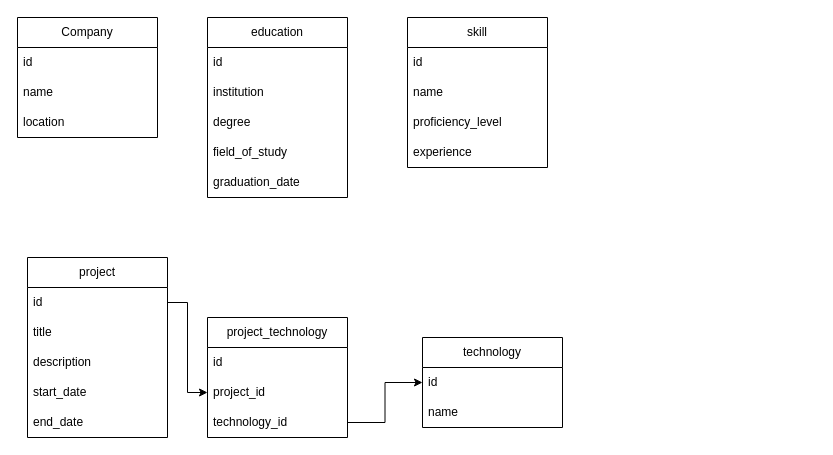
The draw.io diagram documentation/datamodel.drawio in bjras93/GraphQL.dotNET.Example, before the edit. Source tidied: cells renumbered, new cells numbered last; positions are measured from the earlier drawing's top-left corner, leaving out a move shared by most shapes. Both pictures are drawn from the tidied source at 100%, with x=0, y=0 at pixel (17, 17).
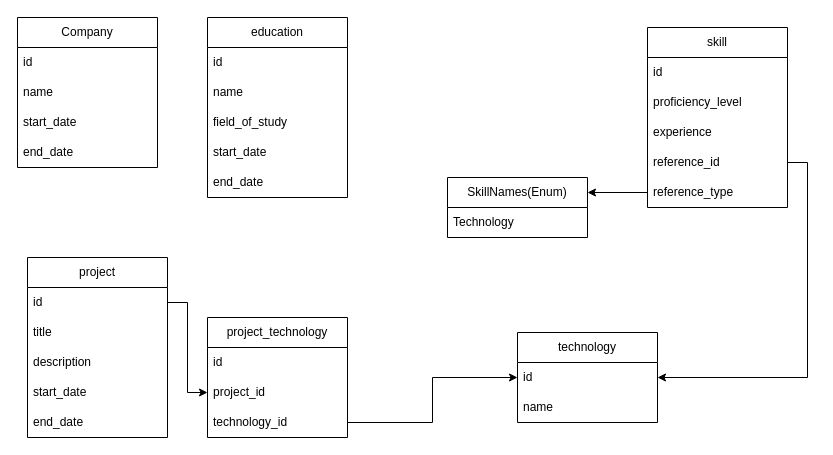
The same diagram, later.

The change refers to these unchanged cells:
```xml
<mxCell id="12" value="education" style="swimlane;fontStyle=0;horizontal=1;startSize=30;whiteSpace=wrap;html=1;" parent="1" vertex="1">
  <mxGeometry x="190" width="140" height="180" as="geometry" />
</mxCell>
<mxCell id="24" value="id" style="text;strokeColor=none;fillColor=none;align=left;verticalAlign=middle;spacingLeft=4;spacingRight=4;overflow=hidden;points=[[0,0.5],[1,0.5]];portConstraint=eastwest;whiteSpace=wrap;html=1;" parent="23" vertex="1">
  <mxGeometry y="30" width="140" height="30" as="geometry" />
</mxCell>
```

Diff of the diagram source:
```diff
@@
     <mxCell id="2" value="Company" style="swimlane;fontStyle=0;horizontal=1;startSize=30;whiteSpace=wrap;html=1;" parent="1" vertex="1">
-      <mxGeometry width="140" height="120" as="geometry" />
+      <mxGeometry width="140" height="150" as="geometry" />
     </mxCell>
@@
-    <mxCell id="5" value="location" style="text;strokeColor=none;fillColor=none;align=left;verticalAlign=middle;spacingLeft=4;spacingRight=4;overflow=hidden;whiteSpace=wrap;html=1;" parent="2" vertex="1">
+    <mxCell id="5" value="start_date" style="text;strokeColor=none;fillColor=none;align=left;verticalAlign=middle;spacingLeft=4;spacingRight=4;overflow=hidden;whiteSpace=wrap;html=1;" parent="2" vertex="1">
       <mxGeometry y="90" width="140" height="30" as="geometry" />
     </mxCell>
+    <mxCell id="32" value="end_date" style="text;strokeColor=none;fillColor=none;align=left;verticalAlign=middle;spacingLeft=4;spacingRight=4;overflow=hidden;whiteSpace=wrap;html=1;" parent="2" vertex="1">
+      <mxGeometry y="120" width="140" height="30" as="geometry" />
+    </mxCell>
@@
-    <mxCell id="14" value="institution" style="text;strokeColor=none;fillColor=none;align=left;verticalAlign=middle;spacingLeft=4;spacingRight=4;overflow=hidden;whiteSpace=wrap;html=1;" parent="12" vertex="1">
+    <mxCell id="14" value="name" style="text;strokeColor=none;fillColor=none;align=left;verticalAlign=middle;spacingLeft=4;spacingRight=4;overflow=hidden;whiteSpace=wrap;html=1;" parent="12" vertex="1">
       <mxGeometry y="60" width="140" height="30" as="geometry" />
     </mxCell>
-    <mxCell id="15" value="degree" style="text;strokeColor=none;fillColor=none;align=left;verticalAlign=middle;spacingLeft=4;spacingRight=4;overflow=hidden;whiteSpace=wrap;html=1;" parent="12" vertex="1">
-      <mxGeometry y="90" width="140" height="30" as="geometry" />
-    </mxCell>
     <mxCell id="16" value="field_of_study" style="text;strokeColor=none;fillColor=none;align=left;verticalAlign=middle;spacingLeft=4;spacingRight=4;overflow=hidden;whiteSpace=wrap;html=1;" parent="12" vertex="1">
-      <mxGeometry y="120" width="140" height="30" as="geometry" />
+      <mxGeometry y="90" width="140" height="30" as="geometry" />
     </mxCell>
-    <mxCell id="17" value="graduation_date" style="text;strokeColor=none;fillColor=none;align=left;verticalAlign=middle;spacingLeft=4;spacingRight=4;overflow=hidden;whiteSpace=wrap;html=1;" parent="12" vertex="1">
-      <mxGeometry y="150" width="140" height="30" as="geometry" />
+    <mxCell id="17" value="start_date" style="text;strokeColor=none;fillColor=none;align=left;verticalAlign=middle;spacingLeft=4;spacingRight=4;overflow=hidden;whiteSpace=wrap;html=1;" parent="12" vertex="1">
+      <mxGeometry y="120" width="140" height="30" as="geometry" />
     </mxCell>
+    <mxCell id="33" value="end_date" style="text;strokeColor=none;fillColor=none;align=left;verticalAlign=middle;spacingLeft=4;spacingRight=4;overflow=hidden;whiteSpace=wrap;html=1;" parent="12" vertex="1">
+      <mxGeometry y="150" width="140" height="30" as="geometry" />
+    </mxCell>
     <mxCell id="18" value="skill" style="swimlane;fontStyle=0;horizontal=1;startSize=30;whiteSpace=wrap;html=1;" parent="1" vertex="1">
-      <mxGeometry x="390" width="140" height="150" as="geometry" />
+      <mxGeometry x="630" y="10" width="140" height="180" as="geometry" />
     </mxCell>
@@
-    <mxCell id="20" value="name" style="text;strokeColor=none;fillColor=none;align=left;verticalAlign=middle;spacingLeft=4;spacingRight=4;overflow=hidden;whiteSpace=wrap;html=1;" parent="18" vertex="1">
-      <mxGeometry y="60" width="140" height="30" as="geometry" />
-    </mxCell>
     <mxCell id="21" value="proficiency_level" style="text;strokeColor=none;fillColor=none;align=left;verticalAlign=middle;spacingLeft=4;spacingRight=4;overflow=hidden;whiteSpace=wrap;html=1;" parent="18" vertex="1">
-      <mxGeometry y="90" width="140" height="30" as="geometry" />
+      <mxGeometry y="60" width="140" height="30" as="geometry" />
     </mxCell>
     <mxCell id="22" value="experience" style="text;strokeColor=none;fillColor=none;align=left;verticalAlign=middle;spacingLeft=4;spacingRight=4;overflow=hidden;whiteSpace=wrap;html=1;" parent="18" vertex="1">
-      <mxGeometry y="120" width="140" height="30" as="geometry" />
+      <mxGeometry y="90" width="140" height="30" as="geometry" />
     </mxCell>
+    <mxCell id="34" value="reference_id" style="text;strokeColor=none;fillColor=none;align=left;verticalAlign=middle;spacingLeft=4;spacingRight=4;overflow=hidden;points=[[0,0.5],[1,0.5]];portConstraint=eastwest;whiteSpace=wrap;html=1;" parent="18" vertex="1">
+      <mxGeometry y="120" width="140" height="30" as="geometry" />
+    </mxCell>
+    <mxCell id="35" value="reference_type" style="text;strokeColor=none;fillColor=none;align=left;verticalAlign=middle;spacingLeft=4;spacingRight=4;overflow=hidden;points=[[0,0.5],[1,0.5]];portConstraint=eastwest;whiteSpace=wrap;html=1;" parent="18" vertex="1">
+      <mxGeometry y="150" width="140" height="30" as="geometry" />
+    </mxCell>
     <mxCell id="23" value="technology" style="swimlane;fontStyle=0;horizontal=1;startSize=30;whiteSpace=wrap;html=1;" parent="1" vertex="1">
-      <mxGeometry x="405" y="320" width="140" height="90" as="geometry" />
+      <mxGeometry x="500" y="315" width="140" height="90" as="geometry" />
     </mxCell>
@@
+    <mxCell id="36" style="edgeStyle=orthogonalEdgeStyle;rounded=0;jettySize=auto;html=1;exitX=1;exitY=0.5;exitDx=0;exitDy=0;entryX=1;entryY=0.5;entryDx=0;entryDy=0;" parent="1" edge="1" source="34" target="24">
+      <mxGeometry relative="1" as="geometry" />
+    </mxCell>
+    <mxCell id="37" value="SkillNames(Enum)" style="swimlane;fontStyle=0;horizontal=1;startSize=30;whiteSpace=wrap;html=1;" parent="1" vertex="1">
+      <mxGeometry x="430" y="160" width="140" height="60" as="geometry" />
+    </mxCell>
+    <mxCell id="38" value="Technology" style="text;strokeColor=none;fillColor=none;align=left;verticalAlign=middle;spacingLeft=4;spacingRight=4;overflow=hidden;whiteSpace=wrap;html=1;" parent="37" vertex="1">
+      <mxGeometry y="30" width="140" height="30" as="geometry" />
+    </mxCell>
+    <mxCell id="39" style="edgeStyle=orthogonalEdgeStyle;rounded=0;jettySize=auto;html=1;exitX=0;exitY=0.5;exitDx=0;exitDy=0;entryX=1;entryY=0.25;entryDx=0;entryDy=0;" parent="1" edge="1" source="35" target="37">
+      <mxGeometry relative="1" as="geometry" />
+    </mxCell>
```
